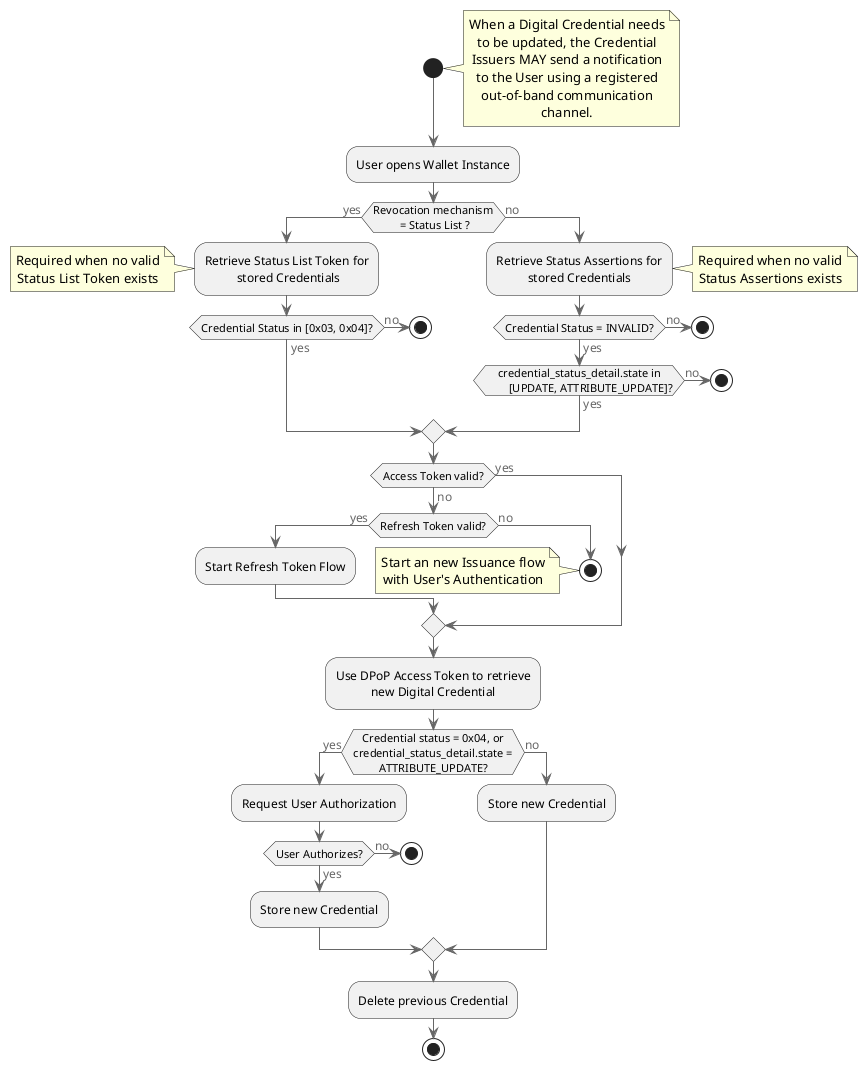
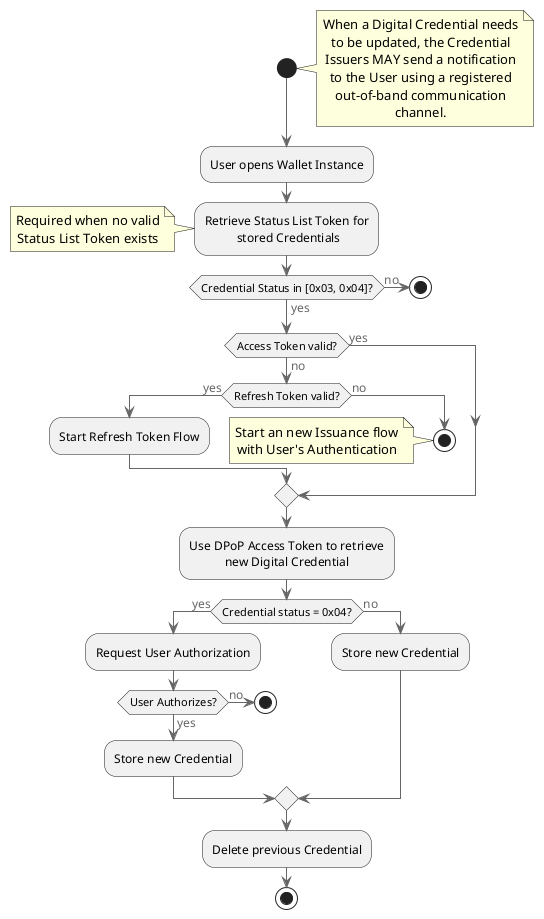
- @startuml Digital Credential Lifecycle
+ @startuml
!include <C4/C4_Dynamic>


start
note right
When a Digital Credential needs to be updated, the Credential Issuers MAY send a notification to the User using a registered out-of-band communication channel.
end note

:User opens Wallet Instance;
- 
- if (Revocation mechanism \n = Status List ?) then (yes)

   :Retrieve Status List Token for
    stored Credentials;
    note left
    Required when no valid
    Status List Token exists
    end note
    if (Credential Status in [0x03, 0x04]?) then (yes)
     else (no)
             stop
     endif
-     else (no)
- 
-     :Retrieve Status Assertions for
-     stored Credentials;
-     note right
-     Required when no valid
-     Status Assertions exists
-     end note
- 
-     if (Credential Status = INVALID?) then (yes)
-         if (credential_status_detail.state in
-         [UPDATE, ATTRIBUTE_UPDATE]?) then (yes)
-         else (no)
-              stop
-         endif
-      else (no)
-              stop
-      endif
- endif

        if (Access Token valid?) then (yes)

        else (no)
            if (Refresh Token valid?) then (yes)
              :Start Refresh Token Flow;
            else (no)
              stop
              note
               Start an new Issuance flow
               with User's Authentication
              end note
            endif
        endif

        :Use DPoP Access Token to retrieve
        new Digital Credential;
-         if (Credential status = 0x04, or \ncredential_status_detail.state = ATTRIBUTE_UPDATE?) then (yes)
+         if (Credential status = 0x04?) then (yes)
            :Request User Authorization;
            if (User Authorizes?) then (yes)
                :Store new Credential;
            else (no)
                stop
            endif
        else (no)
            :Store new Credential;
        endif

        :Delete previous Credential;

stop
@enduml